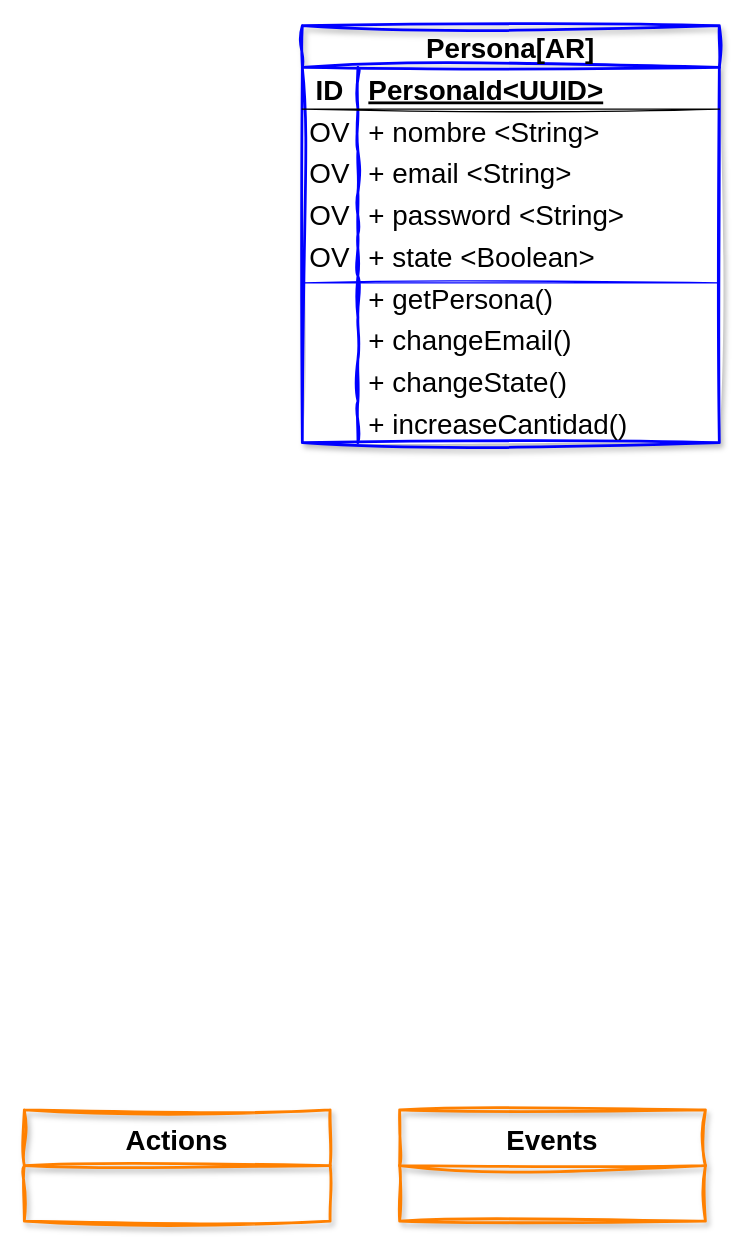
training-practice-sofkau/C1-2023-DDD-Colombia keeps this draw.io diagram as page "Persona<AR>" (5 of 5) of Drive-Domain-Design.drawio. Above is the earlier version. Source tidied: cells renumbered, new cells numbered last; positions are measured from the earlier drawing's top-left corner, leaving out a move shared by most shapes. Both pictures are drawn from the tidied source at 139%, with x=0, y=0 at pixel (24, 25).
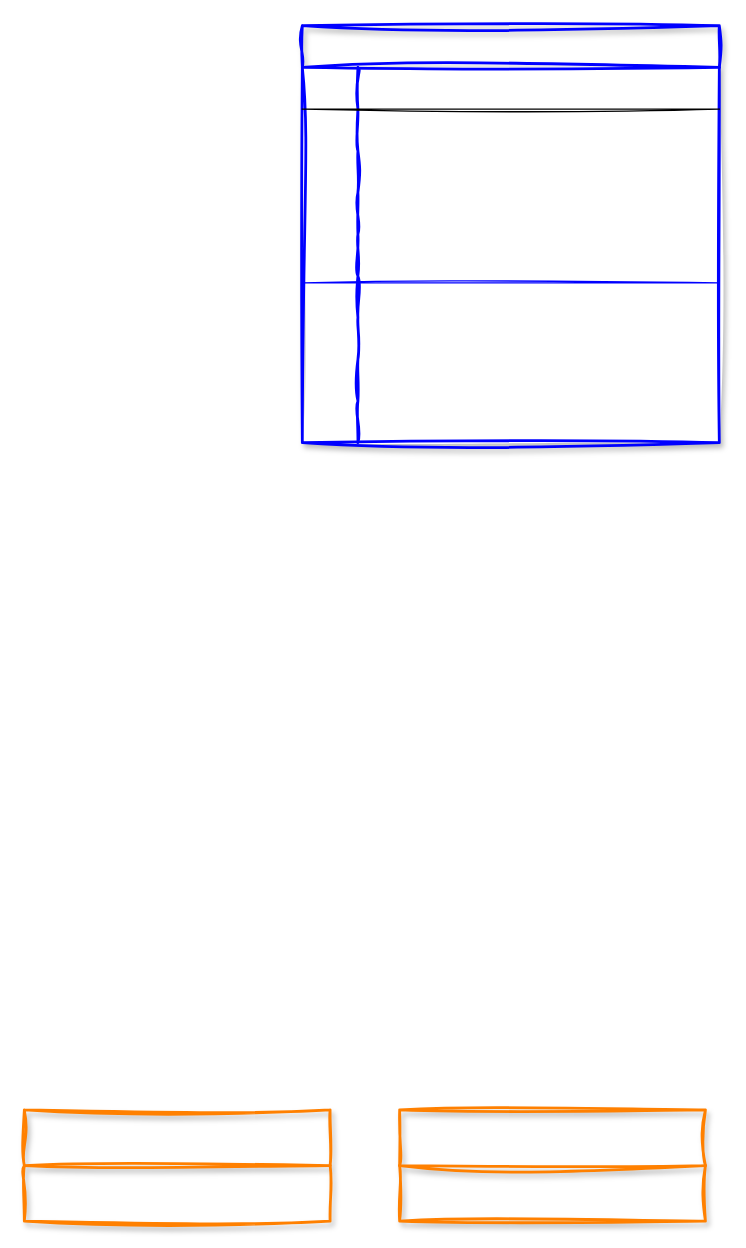
The same page after the edit.

Unchanged cells that the change refers to:
```xml
<mxCell id="3" style="shape=tableRow;horizontal=0;startSize=0;swimlaneHead=0;swimlaneBody=0;fillColor=none;top=0;left=0;right=0;bottom=1;sketch=1;hachureGap=4;jiggle=2;curveFitting=1;fontFamily=Helvetica;fontSize=20;" parent="2" vertex="1">
  <mxGeometry y="30" width="300" height="30" as="geometry" />
</mxCell>
<mxCell id="6" style="shape=tableRow;horizontal=0;startSize=0;swimlaneHead=0;swimlaneBody=0;fillColor=none;top=0;left=0;right=0;bottom=0;sketch=1;hachureGap=4;jiggle=2;curveFitting=1;fontFamily=Helvetica;fontSize=20;" parent="2" vertex="1">
  <mxGeometry y="60" width="300" height="30" as="geometry" />
</mxCell>
<mxCell id="9" style="shape=tableRow;horizontal=0;startSize=0;swimlaneHead=0;swimlaneBody=0;fillColor=none;top=0;left=0;right=0;bottom=0;sketch=1;hachureGap=4;jiggle=2;curveFitting=1;fontFamily=Helvetica;fontSize=20;" parent="2" vertex="1">
  <mxGeometry y="90" width="300" height="30" as="geometry" />
</mxCell>
<mxCell id="12" style="shape=tableRow;horizontal=0;startSize=0;swimlaneHead=0;swimlaneBody=0;fillColor=none;top=0;left=0;right=0;bottom=0;sketch=1;hachureGap=4;jiggle=2;curveFitting=1;fontFamily=Helvetica;fontSize=20;" parent="2" vertex="1">
  <mxGeometry y="120" width="300" height="30" as="geometry" />
</mxCell>
<mxCell id="15" style="shape=tableRow;horizontal=0;startSize=0;swimlaneHead=0;swimlaneBody=0;fillColor=none;top=0;left=0;right=0;bottom=0;sketch=1;hachureGap=4;jiggle=2;curveFitting=1;fontFamily=Helvetica;fontSize=20;" parent="2" vertex="1">
  <mxGeometry y="150" width="300" height="30" as="geometry" />
</mxCell>
<mxCell id="18" style="shape=tableRow;horizontal=0;startSize=0;swimlaneHead=0;swimlaneBody=0;fillColor=none;top=0;left=0;right=0;bottom=0;sketch=1;hachureGap=4;jiggle=2;curveFitting=1;fontFamily=Helvetica;fontSize=20;" parent="2" vertex="1">
  <mxGeometry y="180" width="300" height="30" as="geometry" />
</mxCell>
<mxCell id="21" style="shape=tableRow;horizontal=0;startSize=0;swimlaneHead=0;swimlaneBody=0;fillColor=none;top=0;left=0;right=0;bottom=0;sketch=1;hachureGap=4;jiggle=2;curveFitting=1;fontFamily=Helvetica;fontSize=20;" parent="2" vertex="1">
  <mxGeometry y="210" width="300" height="30" as="geometry" />
</mxCell>
<mxCell id="24" style="shape=tableRow;horizontal=0;startSize=0;swimlaneHead=0;swimlaneBody=0;fillColor=none;top=0;left=0;right=0;bottom=0;sketch=1;hachureGap=4;jiggle=2;curveFitting=1;fontFamily=Helvetica;fontSize=20;" parent="2" vertex="1">
  <mxGeometry y="240" width="300" height="30" as="geometry" />
</mxCell>
<mxCell id="27" style="shape=tableRow;horizontal=0;startSize=0;swimlaneHead=0;swimlaneBody=0;fillColor=none;top=0;left=0;right=0;bottom=0;sketch=1;hachureGap=4;jiggle=2;curveFitting=1;fontFamily=Helvetica;fontSize=20;" parent="2" vertex="1">
  <mxGeometry y="270" width="300" height="30" as="geometry" />
</mxCell>
```

What changed in the source:
```diff
@@
-    <mxCell id="2" value="Persona[AR]" style="shape=table;startSize=30;childLayout=tableLayout;rowLines=0;fontStyle=1;align=center;hachureGap=4;fontFamily=Helvetica;fontSize=20;fillColor=none;swimlaneFillColor=default;rounded=0;shadow=1;strokeWidth=2;labelBorderColor=none;strokeColor=#0000FF;sketch=1;curveFitting=1;jiggle=2;" parent="1" vertex="1">
+    <mxCell id="2" style="shape=table;startSize=30;childLayout=tableLayout;rowLines=0;fontStyle=1;align=center;hachureGap=4;fontFamily=Helvetica;fontSize=20;fillColor=none;swimlaneFillColor=default;rounded=0;shadow=1;strokeWidth=2;labelBorderColor=none;strokeColor=#0000FF;sketch=1;curveFitting=1;jiggle=2;" parent="1" vertex="1">
       <mxGeometry x="200" width="300" height="300" as="geometry" />
     </mxCell>
@@
-    <mxCell id="4" value="ID" style="shape=partialRectangle;fillColor=none;top=0;left=0;bottom=0;right=0;fontStyle=1;overflow=hidden;sketch=1;hachureGap=4;jiggle=2;curveFitting=1;fontFamily=Helvetica;fontSize=20;" parent="3" vertex="1">
+    <mxCell id="4" style="shape=partialRectangle;fillColor=none;top=0;left=0;bottom=0;right=0;fontStyle=1;overflow=hidden;sketch=1;hachureGap=4;jiggle=2;curveFitting=1;fontFamily=Helvetica;fontSize=20;" parent="3" vertex="1">
       <mxGeometry width="40" height="30" as="geometry" />
     </mxCell>
-    <mxCell id="5" value="PersonaId&lt;UUID&gt;" style="shape=partialRectangle;fillColor=none;top=0;left=0;bottom=0;right=0;align=left;spacingLeft=6;fontStyle=5;overflow=hidden;sketch=1;hachureGap=4;jiggle=2;curveFitting=1;fontFamily=Helvetica;fontSize=20;" parent="3" vertex="1">
+    <mxCell id="5" style="shape=partialRectangle;fillColor=none;top=0;left=0;bottom=0;right=0;align=left;spacingLeft=6;fontStyle=5;overflow=hidden;sketch=1;hachureGap=4;jiggle=2;curveFitting=1;fontFamily=Helvetica;fontSize=20;" parent="3" vertex="1">
       <mxGeometry x="40" width="260" height="30" as="geometry" />
     </mxCell>
@@
-    <mxCell id="7" value="OV" style="shape=partialRectangle;fillColor=none;top=0;left=0;bottom=0;right=0;overflow=hidden;sketch=1;hachureGap=4;jiggle=2;curveFitting=1;fontFamily=Helvetica;fontSize=20;" parent="6" vertex="1">
+    <mxCell id="7" style="shape=partialRectangle;fillColor=none;top=0;left=0;bottom=0;right=0;overflow=hidden;sketch=1;hachureGap=4;jiggle=2;curveFitting=1;fontFamily=Helvetica;fontSize=20;" parent="6" vertex="1">
       <mxGeometry width="40" height="30" as="geometry" />
     </mxCell>
-    <mxCell id="8" value="+ nombre &lt;String&gt;" style="shape=partialRectangle;fillColor=none;top=0;left=0;bottom=0;right=0;align=left;spacingLeft=6;overflow=hidden;sketch=1;hachureGap=4;jiggle=2;curveFitting=1;fontFamily=Helvetica;fontSize=20;" parent="6" vertex="1">
+    <mxCell id="8" style="shape=partialRectangle;fillColor=none;top=0;left=0;bottom=0;right=0;align=left;spacingLeft=6;overflow=hidden;sketch=1;hachureGap=4;jiggle=2;curveFitting=1;fontFamily=Helvetica;fontSize=20;" parent="6" vertex="1">
       <mxGeometry x="40" width="260" height="30" as="geometry" />
     </mxCell>
@@
-    <mxCell id="10" value="OV" style="shape=partialRectangle;fillColor=none;top=0;left=0;bottom=0;right=0;overflow=hidden;sketch=1;hachureGap=4;jiggle=2;curveFitting=1;fontFamily=Helvetica;fontSize=20;" parent="9" vertex="1">
+    <mxCell id="10" style="shape=partialRectangle;fillColor=none;top=0;left=0;bottom=0;right=0;overflow=hidden;sketch=1;hachureGap=4;jiggle=2;curveFitting=1;fontFamily=Helvetica;fontSize=20;" parent="9" vertex="1">
       <mxGeometry width="40" height="30" as="geometry" />
     </mxCell>
-    <mxCell id="11" value="+ email &lt;String&gt;" style="shape=partialRectangle;fillColor=none;top=0;left=0;bottom=0;right=0;align=left;spacingLeft=6;overflow=hidden;sketch=1;hachureGap=4;jiggle=2;curveFitting=1;fontFamily=Helvetica;fontSize=20;" parent="9" vertex="1">
+    <mxCell id="11" style="shape=partialRectangle;fillColor=none;top=0;left=0;bottom=0;right=0;align=left;spacingLeft=6;overflow=hidden;sketch=1;hachureGap=4;jiggle=2;curveFitting=1;fontFamily=Helvetica;fontSize=20;" parent="9" vertex="1">
       <mxGeometry x="40" width="260" height="30" as="geometry" />
     </mxCell>
@@
-    <mxCell id="13" value="OV" style="shape=partialRectangle;fillColor=none;top=0;left=0;bottom=0;right=0;overflow=hidden;sketch=1;hachureGap=4;jiggle=2;curveFitting=1;fontFamily=Helvetica;fontSize=20;" parent="12" vertex="1">
+    <mxCell id="13" style="shape=partialRectangle;fillColor=none;top=0;left=0;bottom=0;right=0;overflow=hidden;sketch=1;hachureGap=4;jiggle=2;curveFitting=1;fontFamily=Helvetica;fontSize=20;" parent="12" vertex="1">
       <mxGeometry width="40" height="30" as="geometry" />
     </mxCell>
-    <mxCell id="14" value="+ password &lt;String&gt;" style="shape=partialRectangle;fillColor=none;top=0;left=0;bottom=0;right=0;align=left;spacingLeft=6;overflow=hidden;sketch=1;hachureGap=4;jiggle=2;curveFitting=1;fontFamily=Helvetica;fontSize=20;" parent="12" vertex="1">
+    <mxCell id="14" style="shape=partialRectangle;fillColor=none;top=0;left=0;bottom=0;right=0;align=left;spacingLeft=6;overflow=hidden;sketch=1;hachureGap=4;jiggle=2;curveFitting=1;fontFamily=Helvetica;fontSize=20;" parent="12" vertex="1">
       <mxGeometry x="40" width="260" height="30" as="geometry" />
     </mxCell>
@@
-    <mxCell id="16" value="OV" style="shape=partialRectangle;fillColor=none;top=0;left=0;bottom=0;right=0;overflow=hidden;sketch=1;hachureGap=4;jiggle=2;curveFitting=1;fontFamily=Helvetica;fontSize=20;" parent="15" vertex="1">
+    <mxCell id="16" style="shape=partialRectangle;fillColor=none;top=0;left=0;bottom=0;right=0;overflow=hidden;sketch=1;hachureGap=4;jiggle=2;curveFitting=1;fontFamily=Helvetica;fontSize=20;" parent="15" vertex="1">
       <mxGeometry width="40" height="30" as="geometry" />
     </mxCell>
-    <mxCell id="17" value="+ state &lt;Boolean&gt;" style="shape=partialRectangle;fillColor=none;top=0;left=0;bottom=0;right=0;align=left;spacingLeft=6;overflow=hidden;sketch=1;hachureGap=4;jiggle=2;curveFitting=1;fontFamily=Helvetica;fontSize=20;" parent="15" vertex="1">
+    <mxCell id="17" style="shape=partialRectangle;fillColor=none;top=0;left=0;bottom=0;right=0;align=left;spacingLeft=6;overflow=hidden;sketch=1;hachureGap=4;jiggle=2;curveFitting=1;fontFamily=Helvetica;fontSize=20;" parent="15" vertex="1">
       <mxGeometry x="40" width="260" height="30" as="geometry" />
     </mxCell>
@@
-    <mxCell id="20" value="+ getPersona()" style="shape=partialRectangle;fillColor=none;top=0;left=0;bottom=0;right=0;align=left;spacingLeft=6;overflow=hidden;sketch=1;hachureGap=4;jiggle=2;curveFitting=1;fontFamily=Helvetica;fontSize=20;" parent="18" vertex="1">
+    <mxCell id="20" style="shape=partialRectangle;fillColor=none;top=0;left=0;bottom=0;right=0;align=left;spacingLeft=6;overflow=hidden;sketch=1;hachureGap=4;jiggle=2;curveFitting=1;fontFamily=Helvetica;fontSize=20;" parent="18" vertex="1">
       <mxGeometry x="40" width="260" height="30" as="geometry" />
     </mxCell>
@@
-    <mxCell id="23" value="+ changeEmail()" style="shape=partialRectangle;fillColor=none;top=0;left=0;bottom=0;right=0;align=left;spacingLeft=6;overflow=hidden;sketch=1;hachureGap=4;jiggle=2;curveFitting=1;fontFamily=Helvetica;fontSize=20;" parent="21" vertex="1">
+    <mxCell id="23" style="shape=partialRectangle;fillColor=none;top=0;left=0;bottom=0;right=0;align=left;spacingLeft=6;overflow=hidden;sketch=1;hachureGap=4;jiggle=2;curveFitting=1;fontFamily=Helvetica;fontSize=20;" parent="21" vertex="1">
       <mxGeometry x="40" width="260" height="30" as="geometry" />
     </mxCell>
@@
-    <mxCell id="26" value="+ changeState()" style="shape=partialRectangle;fillColor=none;top=0;left=0;bottom=0;right=0;align=left;spacingLeft=6;overflow=hidden;sketch=1;hachureGap=4;jiggle=2;curveFitting=1;fontFamily=Helvetica;fontSize=20;" parent="24" vertex="1">
+    <mxCell id="26" style="shape=partialRectangle;fillColor=none;top=0;left=0;bottom=0;right=0;align=left;spacingLeft=6;overflow=hidden;sketch=1;hachureGap=4;jiggle=2;curveFitting=1;fontFamily=Helvetica;fontSize=20;" parent="24" vertex="1">
       <mxGeometry x="40" width="260" height="30" as="geometry" />
     </mxCell>
@@
-    <mxCell id="29" value="+ increaseCantidad()" style="shape=partialRectangle;fillColor=none;top=0;left=0;bottom=0;right=0;align=left;spacingLeft=6;overflow=hidden;sketch=1;hachureGap=4;jiggle=2;curveFitting=1;fontFamily=Helvetica;fontSize=20;" parent="27" vertex="1">
+    <mxCell id="29" style="shape=partialRectangle;fillColor=none;top=0;left=0;bottom=0;right=0;align=left;spacingLeft=6;overflow=hidden;sketch=1;hachureGap=4;jiggle=2;curveFitting=1;fontFamily=Helvetica;fontSize=20;" parent="27" vertex="1">
       <mxGeometry x="40" width="260" height="30" as="geometry" />
     </mxCell>
-    <mxCell id="30" value="Actions" style="swimlane;fontStyle=1;horizontal=1;startSize=40;align=center;fontSize=20;rounded=0;shadow=1;labelBorderColor=none;sketch=1;hachureGap=4;jiggle=2;fillStyle=cross-hatch;curveFitting=1;strokeColor=#FF8000;strokeWidth=2;fontFamily=Helvetica;fillColor=none;gradientColor=none;" parent="1" vertex="1">
+    <mxCell id="30" style="swimlane;fontStyle=1;horizontal=1;startSize=40;align=center;fontSize=20;rounded=0;shadow=1;labelBorderColor=none;sketch=1;hachureGap=4;jiggle=2;fillStyle=cross-hatch;curveFitting=1;strokeColor=#FF8000;strokeWidth=2;fontFamily=Helvetica;fillColor=none;gradientColor=none;" parent="1" vertex="1">
       <mxGeometry y="780" width="220" height="80" as="geometry" />
     </mxCell>
-    <mxCell id="31" value="Events" style="swimlane;fontStyle=1;horizontal=1;startSize=40;align=center;fontSize=20;rounded=0;shadow=1;labelBorderColor=none;sketch=1;hachureGap=4;jiggle=2;fillStyle=cross-hatch;curveFitting=1;strokeColor=#FF8000;strokeWidth=2;fontFamily=Helvetica;fillColor=none;gradientColor=none;" parent="1" vertex="1">
+    <mxCell id="31" style="swimlane;fontStyle=1;horizontal=1;startSize=40;align=center;fontSize=20;rounded=0;shadow=1;labelBorderColor=none;sketch=1;hachureGap=4;jiggle=2;fillStyle=cross-hatch;curveFitting=1;strokeColor=#FF8000;strokeWidth=2;fontFamily=Helvetica;fillColor=none;gradientColor=none;" parent="1" vertex="1">
       <mxGeometry x="270" y="780" width="220" height="80" as="geometry" />
     </mxCell>
```
